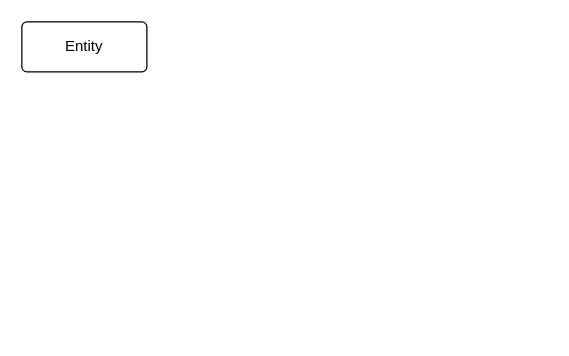
yuhorn/memoria keeps this draw.io diagram as sennizu.dio. Above is the earlier version. Source tidied: cells renumbered, new cells numbered last; positions are measured from the earlier drawing's top-left corner, leaving out a move shared by most shapes. Both pictures are drawn from the tidied source at 125%, with x=0, y=0 at pixel (21, 21).
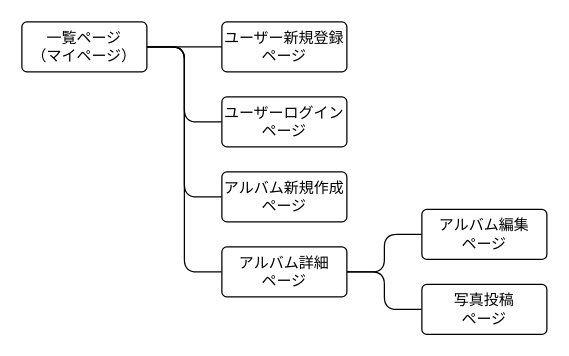
The same diagram, later.

Commit message:
遷移図作成

What changed in the source:
```diff
@@
 <mxGraphModel>
   <root>
     <mxCell id="0" />
     <mxCell id="1" parent="0" />
+    <mxCell id="3" style="edgeStyle=none;html=1;endArrow=none;endFill=0;" parent="1" edge="1" source="2" target="7">
+      <mxGeometry relative="1" as="geometry" />
+    </mxCell>
+    <mxCell id="4" style="edgeStyle=orthogonalEdgeStyle;html=1;entryX=0;entryY=0.5;entryDx=0;entryDy=0;endArrow=none;endFill=0;" parent="1" edge="1" source="2" target="8">
+      <mxGeometry relative="1" as="geometry" />
+    </mxCell>
+    <mxCell id="5" style="edgeStyle=orthogonalEdgeStyle;html=1;entryX=0;entryY=0.5;entryDx=0;entryDy=0;endArrow=none;endFill=0;" parent="1" edge="1" source="2" target="11">
+      <mxGeometry relative="1" as="geometry" />
+    </mxCell>
+    <mxCell id="6" style="edgeStyle=orthogonalEdgeStyle;html=1;entryX=0;entryY=0.5;entryDx=0;entryDy=0;rounded=1;endArrow=none;endFill=0;" parent="1" edge="1" source="2" target="12">
+      <mxGeometry relative="1" as="geometry" />
+    </mxCell>
-    <mxCell id="2" value="Entity" style="rounded=1;arcSize=10;whiteSpace=wrap;html=1;align=center;" parent="1" vertex="1">
+    <mxCell id="2" value="一覧ページ&lt;br&gt;（マイページ）" style="rounded=1;arcSize=10;whiteSpace=wrap;html=1;align=center;" parent="1" vertex="1">
       <mxGeometry width="100" height="40" as="geometry" />
     </mxCell>
+    <mxCell id="7" value="ユーザー新規登録ページ" style="rounded=1;arcSize=10;whiteSpace=wrap;html=1;align=center;" parent="1" vertex="1">
+      <mxGeometry x="160" width="100" height="40" as="geometry" />
+    </mxCell>
+    <mxCell id="8" value="ユーザーログインページ" style="rounded=1;arcSize=10;whiteSpace=wrap;html=1;align=center;" parent="1" vertex="1">
+      <mxGeometry x="160" y="60" width="100" height="40" as="geometry" />
+    </mxCell>
+    <mxCell id="9" style="edgeStyle=orthogonalEdgeStyle;html=1;entryX=0;entryY=0.5;entryDx=0;entryDy=0;endArrow=none;endFill=0;exitX=1;exitY=0.5;exitDx=0;exitDy=0;" parent="1" edge="1" source="12" target="14">
+      <mxGeometry relative="1" as="geometry" />
+    </mxCell>
+    <mxCell id="10" style="edgeStyle=orthogonalEdgeStyle;html=1;entryX=0;entryY=0.5;entryDx=0;entryDy=0;endArrow=none;endFill=0;exitX=1;exitY=0.5;exitDx=0;exitDy=0;" parent="1" edge="1" source="12" target="13">
+      <mxGeometry relative="1" as="geometry" />
+    </mxCell>
+    <mxCell id="11" value="アルバム新規作成ページ" style="rounded=1;arcSize=10;whiteSpace=wrap;html=1;align=center;" parent="1" vertex="1">
+      <mxGeometry x="160" y="120" width="100" height="40" as="geometry" />
+    </mxCell>
+    <mxCell id="12" value="アルバム詳細&lt;br&gt;ページ" style="rounded=1;arcSize=10;whiteSpace=wrap;html=1;align=center;" parent="1" vertex="1">
+      <mxGeometry x="160" y="180" width="100" height="40" as="geometry" />
+    </mxCell>
+    <mxCell id="13" value="写真投稿&lt;br&gt;ページ" style="rounded=1;arcSize=10;whiteSpace=wrap;html=1;align=center;" parent="1" vertex="1">
+      <mxGeometry x="320" y="210" width="100" height="40" as="geometry" />
+    </mxCell>
+    <mxCell id="14" value="アルバム編集&lt;br&gt;ページ" style="rounded=1;arcSize=10;whiteSpace=wrap;html=1;align=center;" parent="1" vertex="1">
+      <mxGeometry x="320" y="150" width="100" height="40" as="geometry" />
+    </mxCell>
   </root>
 </mxGraphModel>
```
